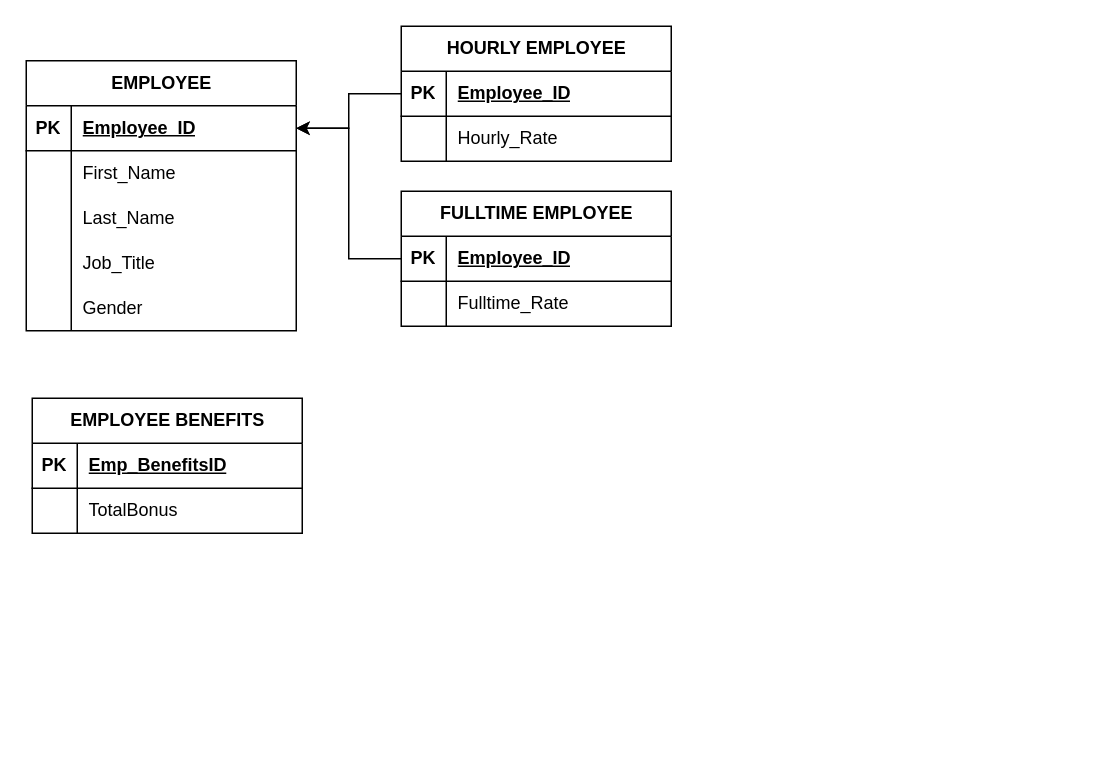
The draw.io diagram page "RELATIONAL TABLES2" (2 of 2) of github-based final nomnom.drawio in SandyLMCD/CC14-payroll-attendance-system, before the edit. Source tidied: cells renumbered, new cells numbered last; positions are measured from the earlier drawing's top-left corner, leaving out a move shared by most shapes. Both pictures are drawn from the tidied source at 150%, with x=0, y=0 at pixel (26, 26).
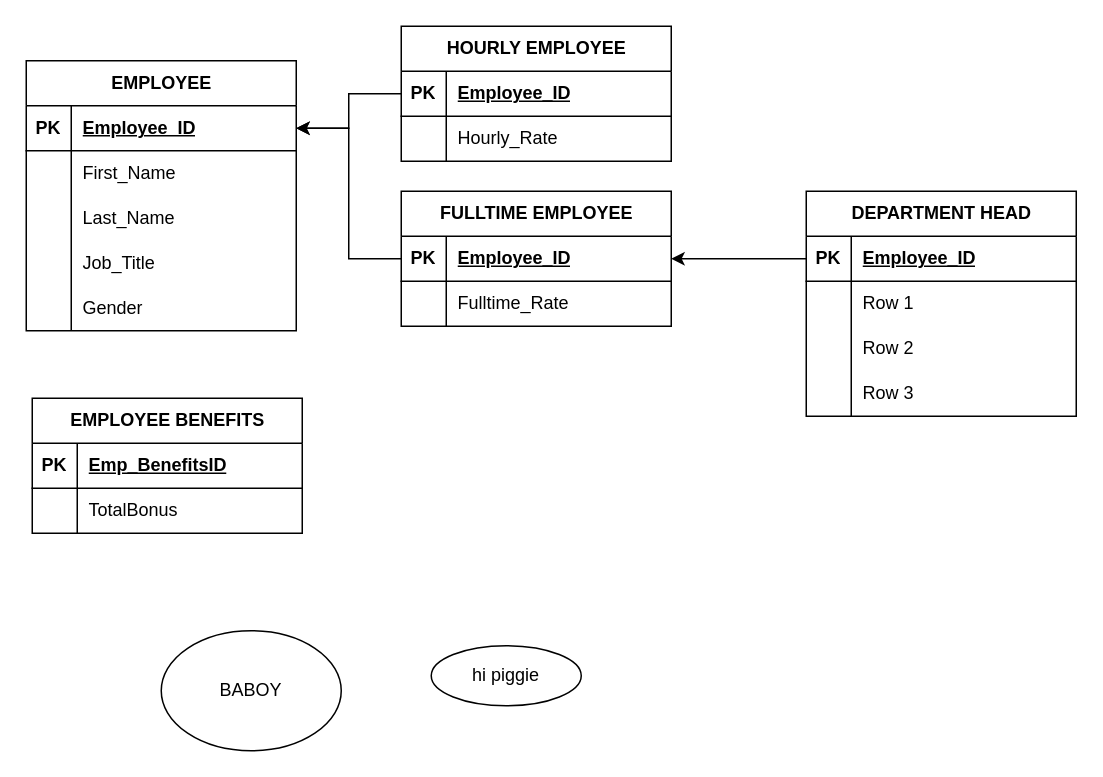
The same diagram, later.

Unchanged cells that the change refers to:
```xml
<mxCell id="26" style="shape=tableRow;horizontal=0;startSize=0;swimlaneHead=0;swimlaneBody=0;fillColor=none;points=[[0,0.5],[1,0.5]];portConstraint=eastwest;top=0;left=0;right=0;bottom=1;" parent="25" vertex="1">
  <mxGeometry y="30" width="180" height="30" as="geometry" />
</mxCell>
```

Change to the diagram source:
```diff
@@
+    <mxCell id="41" value="BABOY" style="ellipse;whiteSpace=wrap;html=1;" parent="1" vertex="1">
+      <mxGeometry x="90" y="403" width="120" height="80" as="geometry" />
+    </mxCell>
+    <mxCell id="42" value="DEPARTMENT HEAD" style="shape=table;startSize=30;childLayout=tableLayout;rowLines=0;fontStyle=1;align=center;html=1;" parent="1" vertex="1">
+      <mxGeometry x="520" y="110" width="180" height="150" as="geometry" />
+    </mxCell>
+    <mxCell id="43" style="shape=tableRow;horizontal=0;startSize=0;swimlaneHead=0;swimlaneBody=0;fillColor=none;points=[[0,0.5],[1,0.5]];portConstraint=eastwest;top=0;left=0;right=0;bottom=1;" parent="42" vertex="1">
+      <mxGeometry y="30" width="180" height="30" as="geometry" />
+    </mxCell>
+    <mxCell id="44" value="PK" style="shape=partialRectangle;fillColor=none;top=0;left=0;bottom=0;right=0;fontStyle=1;overflow=hidden;whiteSpace=wrap;html=1;" parent="43" vertex="1">
+      <mxGeometry width="30" height="30" as="geometry" />
+    </mxCell>
+    <mxCell id="45" value="Employee_ID" style="shape=partialRectangle;fillColor=none;top=0;left=0;bottom=0;right=0;align=left;spacingLeft=6;fontStyle=5;overflow=hidden;whiteSpace=wrap;html=1;" parent="43" vertex="1">
+      <mxGeometry x="30" width="150" height="30" as="geometry" />
+    </mxCell>
+    <mxCell id="46" style="shape=tableRow;horizontal=0;startSize=0;swimlaneHead=0;swimlaneBody=0;fillColor=none;top=0;left=0;right=0;bottom=0;" parent="42" vertex="1">
+      <mxGeometry y="60" width="180" height="30" as="geometry" />
+    </mxCell>
+    <mxCell id="47" style="shape=partialRectangle;fillColor=none;top=0;left=0;bottom=0;right=0;overflow=hidden;whiteSpace=wrap;html=1;" parent="46" vertex="1">
+      <mxGeometry width="30" height="30" as="geometry" />
+    </mxCell>
+    <mxCell id="48" value="Row 1" style="shape=partialRectangle;fillColor=none;top=0;left=0;bottom=0;right=0;align=left;spacingLeft=6;overflow=hidden;whiteSpace=wrap;html=1;" parent="46" vertex="1">
+      <mxGeometry x="30" width="150" height="30" as="geometry" />
+    </mxCell>
+    <mxCell id="49" style="shape=tableRow;horizontal=0;startSize=0;swimlaneHead=0;swimlaneBody=0;fillColor=none;top=0;left=0;right=0;bottom=0;" parent="42" vertex="1">
+      <mxGeometry y="90" width="180" height="30" as="geometry" />
+    </mxCell>
+    <mxCell id="50" style="shape=partialRectangle;fillColor=none;top=0;left=0;bottom=0;right=0;overflow=hidden;whiteSpace=wrap;html=1;" parent="49" vertex="1">
+      <mxGeometry width="30" height="30" as="geometry" />
+    </mxCell>
+    <mxCell id="51" value="Row 2" style="shape=partialRectangle;fillColor=none;top=0;left=0;bottom=0;right=0;align=left;spacingLeft=6;overflow=hidden;whiteSpace=wrap;html=1;" parent="49" vertex="1">
+      <mxGeometry x="30" width="150" height="30" as="geometry" />
+    </mxCell>
+    <mxCell id="52" style="shape=tableRow;horizontal=0;startSize=0;swimlaneHead=0;swimlaneBody=0;fillColor=none;top=0;left=0;right=0;bottom=0;" parent="42" vertex="1">
+      <mxGeometry y="120" width="180" height="30" as="geometry" />
+    </mxCell>
+    <mxCell id="53" style="shape=partialRectangle;fillColor=none;top=0;left=0;bottom=0;right=0;overflow=hidden;whiteSpace=wrap;html=1;" parent="52" vertex="1">
+      <mxGeometry width="30" height="30" as="geometry" />
+    </mxCell>
+    <mxCell id="54" value="Row 3" style="shape=partialRectangle;fillColor=none;top=0;left=0;bottom=0;right=0;align=left;spacingLeft=6;overflow=hidden;whiteSpace=wrap;html=1;" parent="52" vertex="1">
+      <mxGeometry x="30" width="150" height="30" as="geometry" />
+    </mxCell>
+    <mxCell id="55" style="edgeStyle=orthogonalEdgeStyle;rounded=0;jettySize=auto;html=1;exitX=0;exitY=0.5;exitDx=0;exitDy=0;entryX=1;entryY=0.5;entryDx=0;entryDy=0;" parent="1" edge="1" source="43" target="26">
+      <mxGeometry relative="1" as="geometry" />
+    </mxCell>
+    <mxCell id="56" value="hi piggie" style="ellipse;whiteSpace=wrap;html=1;align=center;" parent="1" vertex="1">
+      <mxGeometry x="270" y="413" width="100" height="40" as="geometry" />
+    </mxCell>
```
